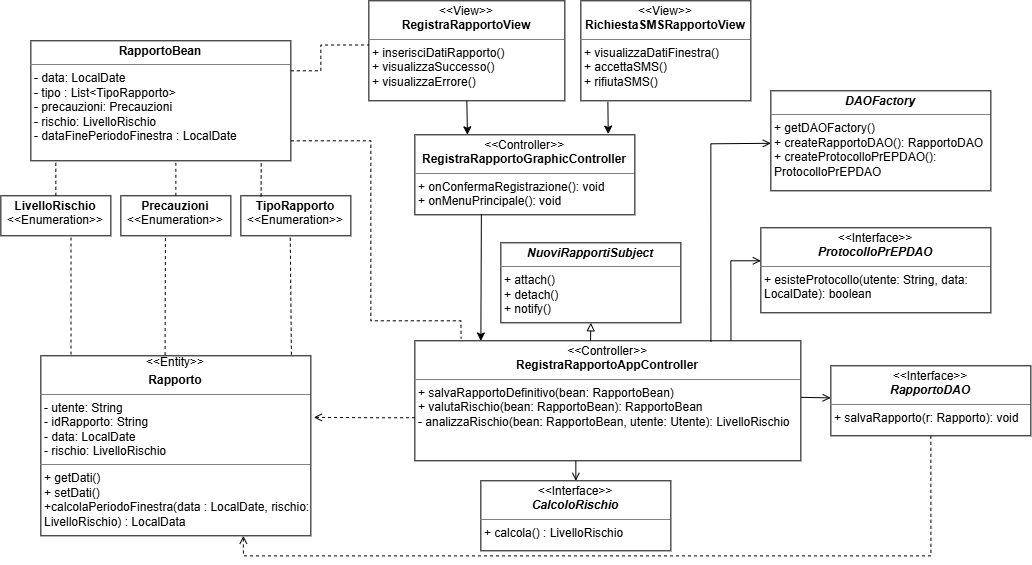
The draw.io diagram deliverables/MVC-RegistraRapporto.png in Giulia120/TiRiguarda, before a commit. Source tidied: cells renumbered, new cells last; positions are measured from the earlier drawing's top-left corner, leaving out a move shared by most shapes.
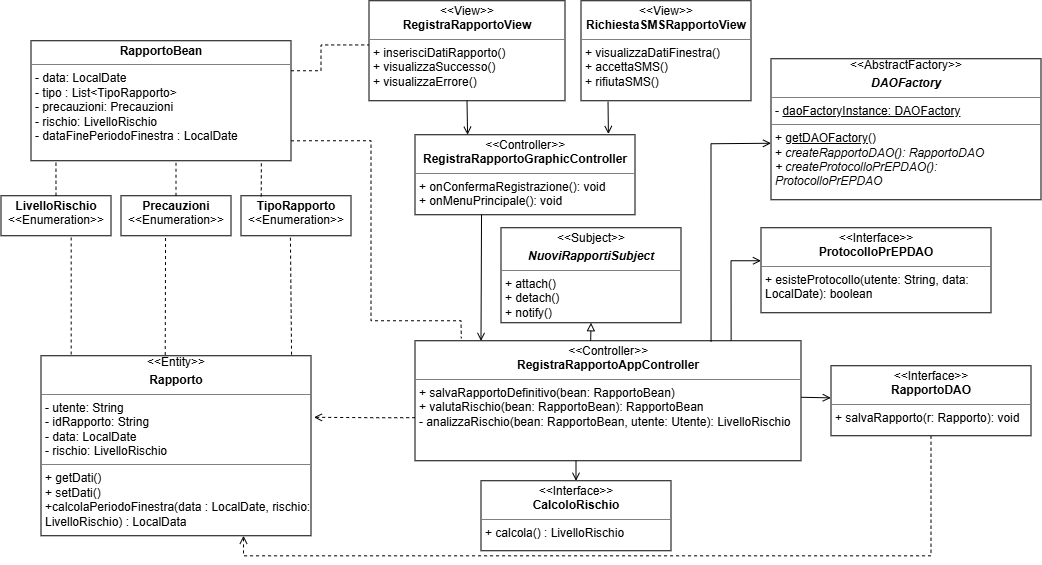
After the change.

Change to the diagram source:
```diff
@@ -70,13 +70,10 @@
     <mxCell id="18" style="edgeStyle=orthogonalEdgeStyle;rounded=0;jettySize=auto;html=1;exitX=0.5;exitY=1;exitDx=0;exitDy=0;entryX=0.75;entryY=1;entryDx=0;entryDy=0;dashed=1;endArrow=open;endFill=0;" parent="1" edge="1" source="19" target="13">
       <mxGeometry relative="1" as="geometry" />
     </mxCell>
-    <mxCell id="19" value="&lt;p style=&quot;margin:0px;margin-top:4px;text-align:center;&quot;&gt;&amp;lt;&amp;lt;Interface&amp;gt;&amp;gt;&lt;br&gt;&lt;b&gt;&lt;i&gt;RapportoDAO&lt;/i&gt;&lt;/b&gt;&lt;/p&gt;&lt;hr size=&quot;1&quot; style=&quot;border-style:solid;&quot;&gt;&lt;p style=&quot;margin:0px;margin-left:4px;&quot;&gt;&lt;/p&gt;&lt;p style=&quot;margin:0px;margin-left:4px;&quot;&gt;+ salvaRapporto(r: Rapporto): void&lt;/p&gt;" style="verticalAlign=top;align=left;overflow=fill;html=1;whiteSpace=wrap;" parent="1" vertex="1">
+    <mxCell id="19" value="&lt;p style=&quot;margin:0px;margin-top:4px;text-align:center;&quot;&gt;&amp;lt;&amp;lt;Interface&amp;gt;&amp;gt;&lt;br&gt;&lt;b&gt;RapportoDAO&lt;/b&gt;&lt;/p&gt;&lt;hr size=&quot;1&quot; style=&quot;border-style:solid;&quot;&gt;&lt;p style=&quot;margin:0px;margin-left:4px;&quot;&gt;&lt;/p&gt;&lt;p style=&quot;margin:0px;margin-left:4px;&quot;&gt;+ salvaRapporto(r: Rapporto): void&lt;/p&gt;" style="verticalAlign=top;align=left;overflow=fill;html=1;whiteSpace=wrap;" parent="1" vertex="1">
       <mxGeometry x="830" y="365" width="200" height="70" as="geometry" />
     </mxCell>
-    <mxCell id="20" value="&lt;p style=&quot;margin:0px;margin-top:4px;text-align:center;&quot;&gt;&lt;b&gt;&lt;i&gt;DAOFactory&lt;/i&gt;&lt;/b&gt;&lt;/p&gt;&lt;hr size=&quot;1&quot; style=&quot;border-style:solid;&quot;&gt;&lt;p style=&quot;margin:0px;margin-left:4px;&quot;&gt;&lt;/p&gt;&lt;p style=&quot;margin:0px;margin-left:4px;&quot;&gt;+ getDAOFactory()&lt;br&gt;+ createRapportoDAO(): RapportoDAO&lt;/p&gt;&lt;p style=&quot;margin:0px;margin-left:4px;&quot;&gt;+ createProtocolloPrEPDAO(): ProtocolloPrEPDAO&lt;/p&gt;" style="verticalAlign=top;align=left;overflow=fill;html=1;whiteSpace=wrap;" parent="1" vertex="1">
-      <mxGeometry x="770" y="90" width="220" height="100" as="geometry" />
-    </mxCell>
-    <mxCell id="21" value="&lt;p style=&quot;margin:0px;margin-top:4px;text-align:center;&quot;&gt;&amp;lt;&amp;lt;Interface&amp;gt;&amp;gt;&lt;br&gt;&lt;b&gt;&lt;i&gt;ProtocolloPrEPDAO&lt;/i&gt;&lt;/b&gt;&lt;/p&gt;&lt;hr size=&quot;1&quot; style=&quot;border-style:solid;&quot;&gt;&lt;p style=&quot;margin:0px;margin-left:4px;&quot;&gt;&lt;/p&gt;&lt;p style=&quot;margin:0px;margin-left:4px;&quot;&gt;+ esisteProtocollo(utente: String, data: LocalDate): boolean&lt;/p&gt;" style="verticalAlign=top;align=left;overflow=fill;html=1;whiteSpace=wrap;" parent="1" vertex="1">
+    <mxCell id="21" value="&lt;p style=&quot;margin:0px;margin-top:4px;text-align:center;&quot;&gt;&amp;lt;&amp;lt;Interface&amp;gt;&amp;gt;&lt;br&gt;&lt;b&gt;ProtocolloPrEPDAO&lt;/b&gt;&lt;/p&gt;&lt;hr size=&quot;1&quot; style=&quot;border-style:solid;&quot;&gt;&lt;p style=&quot;margin:0px;margin-left:4px;&quot;&gt;&lt;/p&gt;&lt;p style=&quot;margin:0px;margin-left:4px;&quot;&gt;+ esisteProtocollo(utente: String, data: LocalDate): boolean&lt;/p&gt;" style="verticalAlign=top;align=left;overflow=fill;html=1;whiteSpace=wrap;" parent="1" vertex="1">
       <mxGeometry x="760" y="227" width="230" height="85" as="geometry" />
     </mxCell>
     <mxCell id="22" style="endArrow=open;html=1;rounded=0;endFill=0;exitX=1.001;exitY=0.471;exitDx=0;exitDy=0;exitPerimeter=0;entryX=-0.001;entryY=0.459;entryDx=0;entryDy=0;entryPerimeter=0;" parent="1" edge="1" source="3" target="19">
@@ -98,7 +95,7 @@
         </Array>
       </mxGeometry>
     </mxCell>
-    <mxCell id="25" value="&lt;p style=&quot;margin:0px;margin-top:4px;text-align:center;&quot;&gt;&amp;lt;&amp;lt;Interface&amp;gt;&amp;gt;&lt;br&gt;&lt;b&gt;&lt;i&gt;CalcoloRischio&lt;/i&gt;&lt;/b&gt;&lt;/p&gt;&lt;hr size=&quot;1&quot; style=&quot;border-style:solid;&quot;&gt;&lt;p style=&quot;margin:0px;margin-left:4px;&quot;&gt;&lt;/p&gt;&lt;p style=&quot;margin:0px;margin-left:4px;&quot;&gt;+ calcola() : LivelloRischio&lt;/p&gt;" style="verticalAlign=top;align=left;overflow=fill;html=1;whiteSpace=wrap;" parent="1" vertex="1">
+    <mxCell id="25" value="&lt;p style=&quot;margin:0px;margin-top:4px;text-align:center;&quot;&gt;&amp;lt;&amp;lt;Interface&amp;gt;&amp;gt;&lt;br&gt;&lt;b&gt;CalcoloRischio&lt;/b&gt;&lt;/p&gt;&lt;hr size=&quot;1&quot; style=&quot;border-style:solid;&quot;&gt;&lt;p style=&quot;margin:0px;margin-left:4px;&quot;&gt;&lt;/p&gt;&lt;p style=&quot;margin:0px;margin-left:4px;&quot;&gt;+ calcola() : LivelloRischio&lt;/p&gt;" style="verticalAlign=top;align=left;overflow=fill;html=1;whiteSpace=wrap;" parent="1" vertex="1">
       <mxGeometry x="480" y="480" width="190" height="70" as="geometry" />
     </mxCell>
     <mxCell id="26" style="endArrow=none;html=1;rounded=0;exitX=0.5;exitY=0;exitDx=0;exitDy=0;endFill=0;startArrow=open;startFill=0;" parent="1" edge="1" source="25">
@@ -109,7 +106,7 @@
     <mxCell id="27" value="&lt;p style=&quot;margin:0px;margin-top:4px;text-align:center;&quot;&gt;&lt;i&gt;&amp;lt;&amp;lt;&lt;/i&gt;Controller&lt;i&gt;&amp;gt;&amp;gt;&lt;/i&gt;&lt;br&gt;&lt;b&gt;RegistraRapportoGraphicController&lt;/b&gt;&lt;/p&gt;&lt;hr size=&quot;1&quot; style=&quot;border-style:solid;&quot;&gt;&lt;p style=&quot;margin:0px;margin-left:4px;&quot;&gt;+ onConfermaRegistrazione(): void&amp;nbsp;&lt;/p&gt;&lt;p style=&quot;margin:0px;margin-left:4px;&quot;&gt;+ onMenuPrincipale(): void&lt;/p&gt;" style="verticalAlign=top;align=left;overflow=fill;html=1;whiteSpace=wrap;" parent="1" vertex="1">
       <mxGeometry x="414" y="134" width="220" height="80" as="geometry" />
     </mxCell>
-    <mxCell id="28" style="endArrow=classic;html=1;rounded=0;exitX=0.441;exitY=0.998;exitDx=0;exitDy=0;entryX=0.25;entryY=0;entryDx=0;entryDy=0;exitPerimeter=0;" parent="1" edge="1">
+    <mxCell id="28" style="endArrow=open;html=1;rounded=0;exitX=0.441;exitY=0.998;exitDx=0;exitDy=0;entryX=0.25;entryY=0;entryDx=0;entryDy=0;exitPerimeter=0;endFill=0;" parent="1" edge="1">
       <mxGeometry relative="1" as="geometry">
         <mxPoint x="480.5" y="214" as="sourcePoint" />
         <mxPoint x="480" y="340.2" as="targetPoint" />
@@ -123,19 +120,22 @@
         </Array>
       </mxGeometry>
     </mxCell>
-    <mxCell id="30" style="endArrow=classic;html=1;rounded=0;exitX=0.5;exitY=1;exitDx=0;exitDy=0;entryX=0.239;entryY=0;entryDx=0;entryDy=0;entryPerimeter=0;" parent="1" edge="1" source="2" target="27">
+    <mxCell id="30" style="endArrow=open;html=1;rounded=0;exitX=0.5;exitY=1;exitDx=0;exitDy=0;entryX=0.239;entryY=0;entryDx=0;entryDy=0;entryPerimeter=0;endFill=0;" parent="1" edge="1" source="2" target="27">
       <mxGeometry relative="1" as="geometry" />
     </mxCell>
-    <mxCell id="31" style="endArrow=classic;html=1;rounded=0;exitX=0.159;exitY=1.009;exitDx=0;exitDy=0;entryX=0.879;entryY=-0.009;entryDx=0;entryDy=0;entryPerimeter=0;exitPerimeter=0;" parent="1" edge="1" source="4" target="27">
+    <mxCell id="31" style="endArrow=open;html=1;rounded=0;exitX=0.159;exitY=1.009;exitDx=0;exitDy=0;entryX=0.879;entryY=-0.009;entryDx=0;entryDy=0;entryPerimeter=0;exitPerimeter=0;endFill=0;" parent="1" edge="1" source="4" target="27">
       <mxGeometry relative="1" as="geometry" />
     </mxCell>
-    <mxCell id="32" value="&lt;p style=&quot;margin:0px;margin-top:4px;text-align:center;&quot;&gt;&lt;b&gt;&lt;i&gt;NuoviRapportiSubject&lt;/i&gt;&lt;/b&gt;&lt;/p&gt;&lt;hr size=&quot;1&quot; style=&quot;border-style:solid;&quot;&gt;&lt;p style=&quot;margin:0px;margin-left:4px;&quot;&gt;+ attach()&lt;/p&gt;&lt;p style=&quot;margin:0px;margin-left:4px;&quot;&gt;+ detach()&lt;/p&gt;&lt;p style=&quot;margin:0px;margin-left:4px;&quot;&gt;+ notify()&lt;/p&gt;" style="verticalAlign=top;align=left;overflow=fill;html=1;whiteSpace=wrap;" parent="1" vertex="1">
-      <mxGeometry x="500" y="242" width="180" height="80" as="geometry" />
+    <mxCell id="32" value="&lt;p style=&quot;margin:0px;margin-top:4px;text-align:center;&quot;&gt;&amp;lt;&amp;lt;Subject&amp;gt;&amp;gt;&lt;b&gt;&lt;i&gt;&lt;/i&gt;&lt;/b&gt;&lt;/p&gt;&lt;p style=&quot;margin:0px;margin-top:4px;text-align:center;&quot;&gt;&lt;b&gt;&lt;i&gt;NuoviRapportiSubject&lt;/i&gt;&lt;/b&gt;&lt;/p&gt;&lt;hr size=&quot;1&quot; style=&quot;border-style:solid;&quot;&gt;&lt;p style=&quot;margin:0px;margin-left:4px;&quot;&gt;+ attach()&lt;/p&gt;&lt;p style=&quot;margin:0px;margin-left:4px;&quot;&gt;+ detach()&lt;/p&gt;&lt;p style=&quot;margin:0px;margin-left:4px;&quot;&gt;+ notify()&lt;/p&gt;" style="verticalAlign=top;align=left;overflow=fill;html=1;whiteSpace=wrap;" parent="1" vertex="1">
+      <mxGeometry x="500" y="227" width="180" height="95" as="geometry" />
     </mxCell>
     <mxCell id="33" style="endArrow=none;html=1;rounded=0;exitX=0.5;exitY=1;exitDx=0;exitDy=0;entryX=0.5;entryY=0;entryDx=0;entryDy=0;endFill=0;startArrow=block;startFill=0;" parent="1" edge="1" source="32">
       <mxGeometry relative="1" as="geometry">
         <mxPoint x="589.7" y="340" as="targetPoint" />
       </mxGeometry>
     </mxCell>
+    <mxCell id="34" value="&lt;div style=&quot;text-align: center;&quot;&gt;&lt;span style=&quot;background-color: transparent; color: light-dark(rgb(0, 0, 0), rgb(255, 255, 255));&quot;&gt;&amp;lt;&amp;lt;AbstractFactory&amp;gt;&amp;gt;&lt;/span&gt;&lt;/div&gt;&lt;p style=&quot;margin:0px;margin-top:4px;text-align:center;&quot;&gt;&lt;span style=&quot;background-color: transparent; color: light-dark(rgb(0, 0, 0), rgb(255, 255, 255));&quot;&gt;&lt;b&gt;&lt;i&gt;DAOFactory&lt;/i&gt;&lt;/b&gt;&lt;/span&gt;&lt;/p&gt;&lt;hr size=&quot;1&quot; style=&quot;border-style:solid;&quot;&gt;&lt;p style=&quot;margin:0px;margin-left:4px;&quot;&gt;- &lt;u&gt;daoFactoryInstance: DAOFactory&lt;/u&gt;&lt;br&gt;&lt;/p&gt;&lt;hr size=&quot;1&quot; style=&quot;border-style:solid;&quot;&gt;&lt;p style=&quot;margin: 0px 0px 0px 4px;&quot;&gt;+ &lt;u&gt;getDAOFactory&lt;/u&gt;()&lt;br&gt;+ &lt;i&gt;createRapportoDAO(): RapportoDAO&lt;/i&gt;&lt;/p&gt;&lt;p style=&quot;margin: 0px 0px 0px 4px;&quot;&gt;&lt;i&gt;+ createProtocolloPrEPDAO(): ProtocolloPrEPDAO&lt;/i&gt;&lt;/p&gt;&lt;p style=&quot;margin: 0px 0px 0px 4px;&quot;&gt;&lt;i&gt;&lt;br&gt;&lt;/i&gt;&lt;/p&gt;" style="verticalAlign=top;align=left;overflow=fill;html=1;whiteSpace=wrap;" parent="1" vertex="1">
+      <mxGeometry x="770" y="58" width="270" height="141" as="geometry" />
+    </mxCell>
   </root>
 </mxGraphModel>
```
